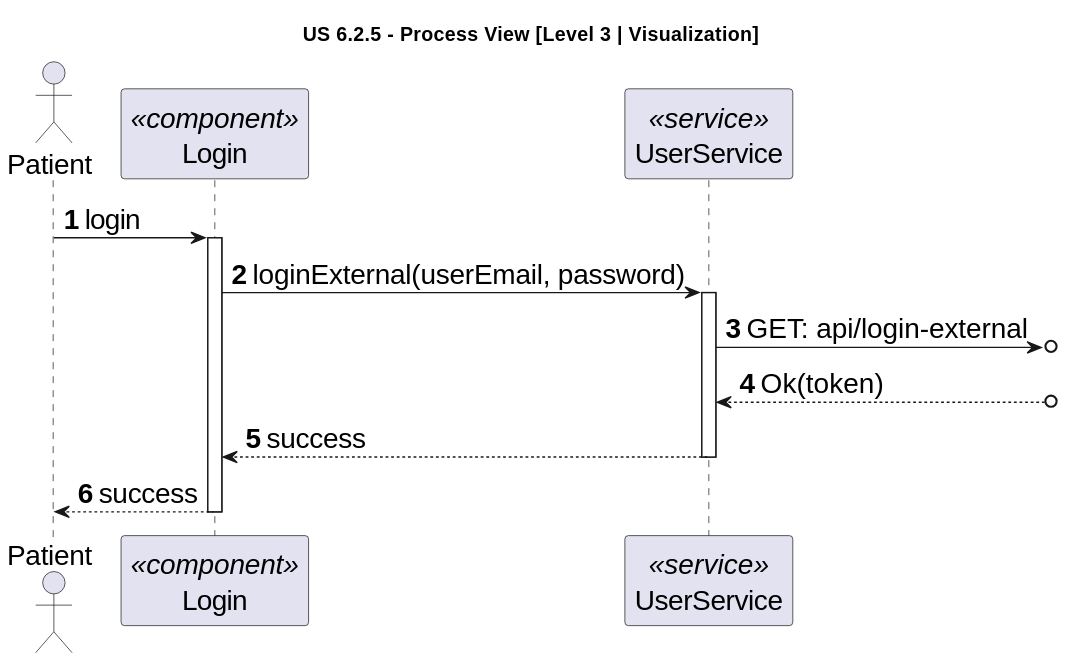
Above: docs/sprint-2/1220841/us-6.2.5/diagrams/level-3-process-view-visualization.svg in rita-barbosa/LAPR5-2425 (PlantUML), before the change. Source of this version:
```plantuml
@startuml
skinparamlocked defaultFontSize 20

title "US 6.2.5 - Process View [Level 3 | Visualization]"

autonumber
actor "Patient" as USER
participant "Login" as UPP <<component>>
participant "UserService" as PS <<service>>

USER -> UPP : login
activate UPP

UPP -> PS : loginExternal(userEmail, password)
activate PS

PS ->o] : GET: api/login-external

PS <--o] : Ok(token)

PS --> UPP: success
deactivate PS

UPP --> USER: success
deactivate UPP
@enduml
```
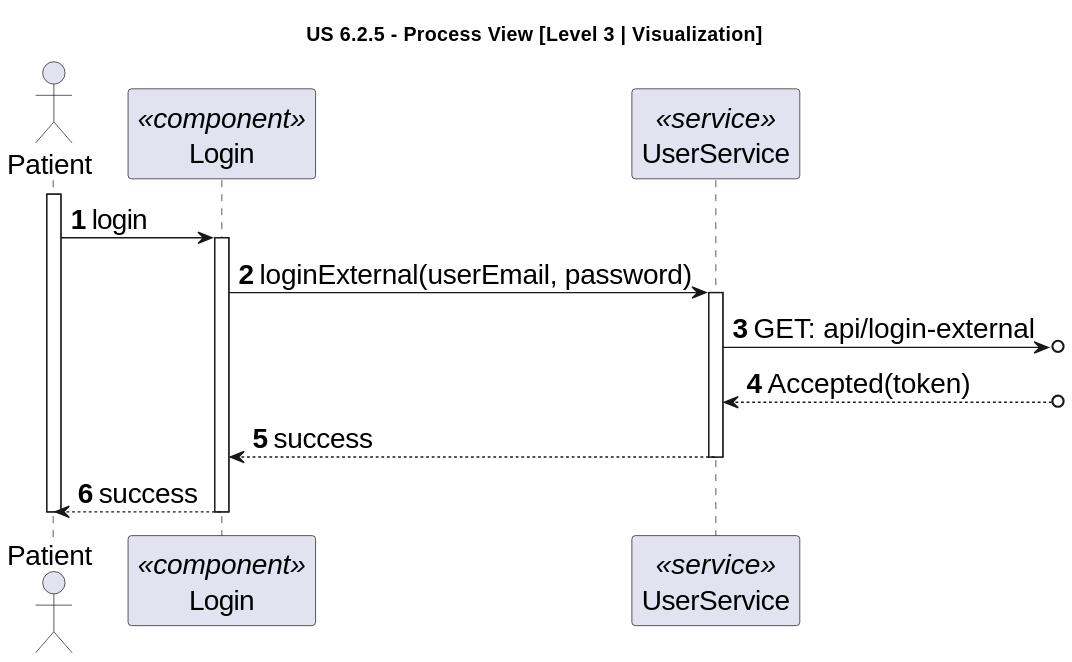
The same file after the commit.

Commit message:
DG38-441 | docs: updates mistake in process view diagrams of visualization component.

What changed in the source:
```diff
@@ -8,6 +8,7 @@
 participant "Login" as UPP <<component>>
 participant "UserService" as PS <<service>>
 
+activate USER
 USER -> UPP : login
 activate UPP
 
@@ -16,11 +17,12 @@
 
 PS ->o] : GET: api/login-external
 
-PS <--o] : Ok(token)
+PS <--o] : Accepted(token)
 
 PS --> UPP: success
 deactivate PS
 
 UPP --> USER: success
 deactivate UPP
+deactivate USER
 @enduml
```
